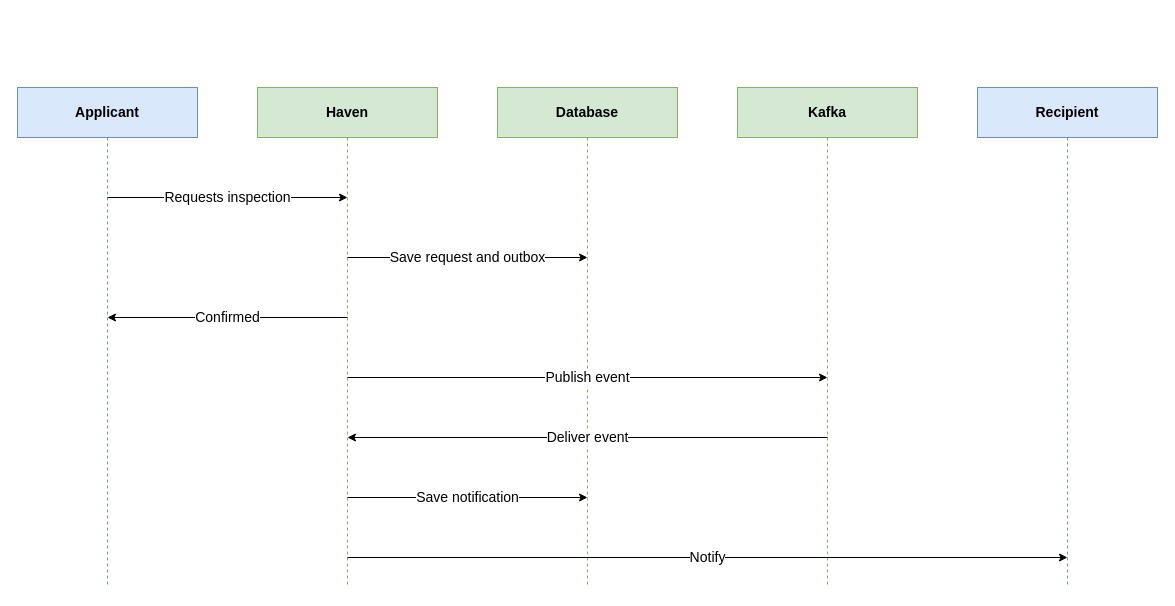
Before: page "INSPECTION_REQUESTED" (1 of 3) of docs/diagrams-simple/03-sequence-kafka-flows.drawio in DreamHom/haven, a draw.io diagram. Source tidied: cells renumbered, new cells numbered last; positions are measured from the earlier drawing's top-left corner, leaving out a move shared by most shapes. Both pictures are drawn from the tidied source at 100%, with x=0, y=0 at pixel (17, 87).
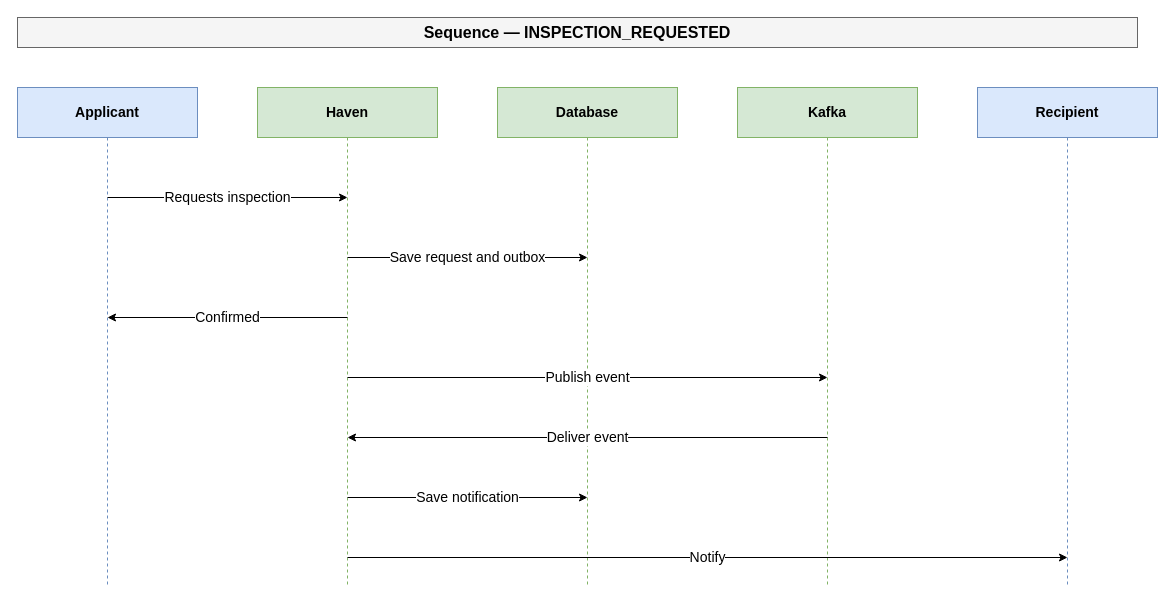
The same diagram, later.

Commit message (it also covers changes not shown here):
Update and expand system architecture diagram; add sequence diagrams for key workflows

Change to the diagram source:
```diff
@@
+    <mxCell id="19" value="Sequence — INSPECTION_REQUESTED" style="rounded=0;whiteSpace=wrap;html=1;fillColor=#f5f5f5;strokeColor=#666666;fontFamily=Helvetica;fontSize=16;fontStyle=1;align=center;verticalAlign=middle;" parent="1" vertex="1">
+      <mxGeometry y="-70" width="1120" height="30" as="geometry" />
+    </mxCell>
```
